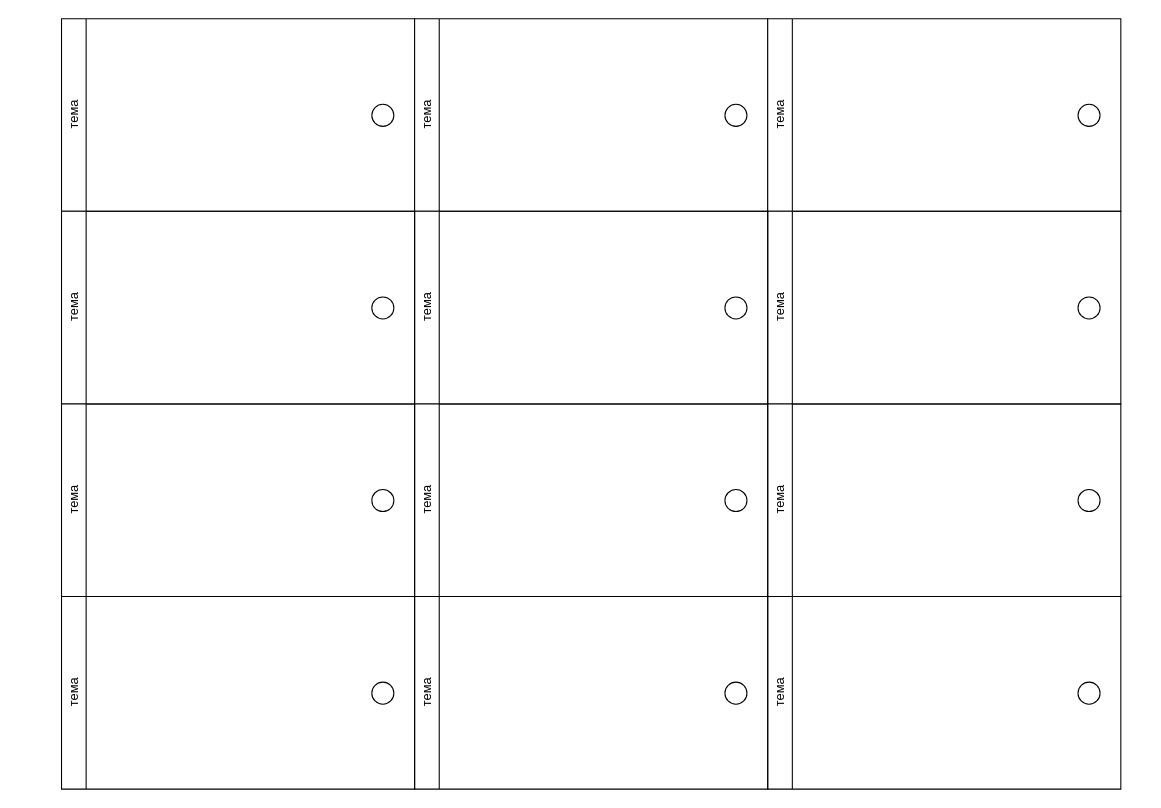
Earlier version of the draw.io diagram frontend/javascript/_cards/Шаблон.drawio (johnydotsville/a-notes). Source tidied: cells renumbered, new cells numbered last; positions are measured from the earlier drawing's top-left corner, leaving out a move shared by most shapes. Both pictures are drawn from the tidied source at 107%, with x=0, y=0 at pixel (61, 18).
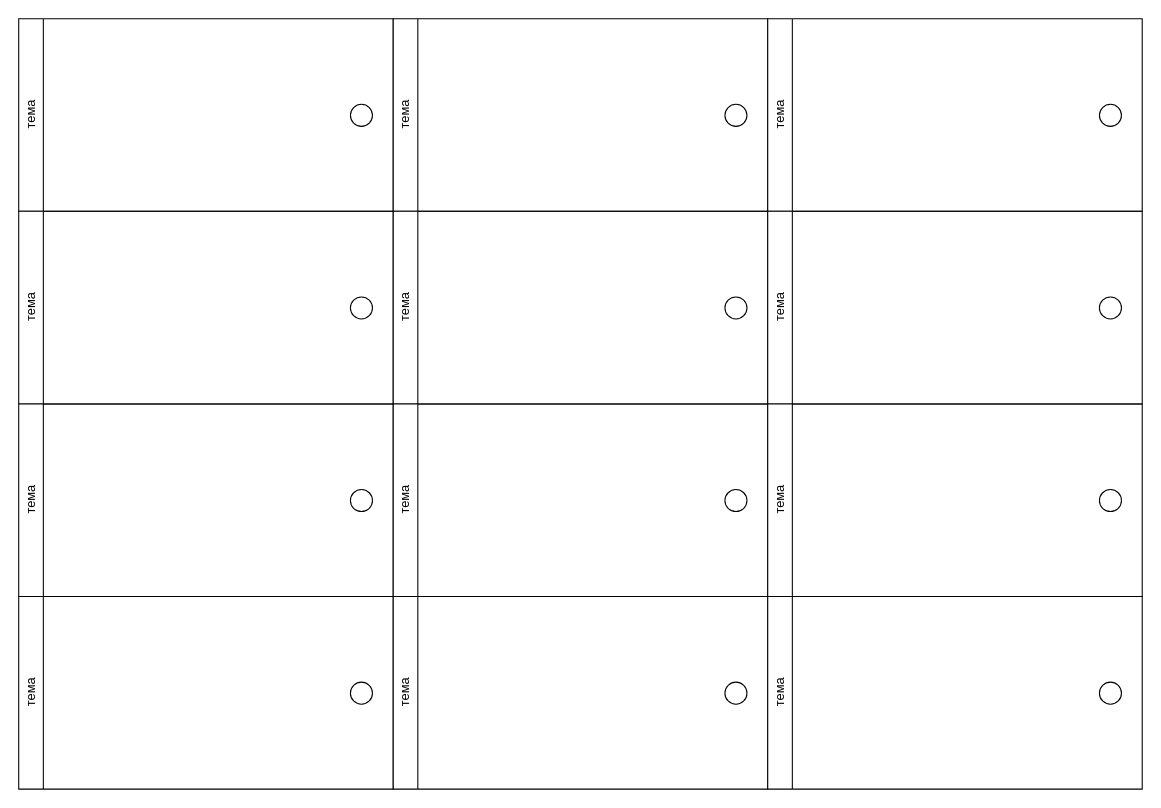
After the change.

Change to the diagram source:
```diff
@@
     <mxCell id="2" value="тема" style="swimlane;horizontal=0;whiteSpace=wrap;html=1;swimlaneLine=1;fontStyle=0;align=center;verticalAlign=middle;startSize=23;" parent="1" vertex="1">
-      <mxGeometry width="330" height="180" as="geometry" />
+      <mxGeometry x="-40" width="350" height="180" as="geometry" />
     </mxCell>
     <mxCell id="3" style="ellipse;whiteSpace=wrap;html=1;" parent="2" vertex="1">
-      <mxGeometry x="290" y="80" width="20.6" height="20.6" as="geometry" />
+      <mxGeometry x="310" y="80" width="20.6" height="20.6" as="geometry" />
     </mxCell>
     <mxCell id="4" value="тема" style="swimlane;horizontal=0;whiteSpace=wrap;html=1;swimlaneLine=1;fontStyle=0;align=center;verticalAlign=middle;" parent="1" vertex="1">
-      <mxGeometry x="330" width="330" height="180" as="geometry" />
+      <mxGeometry x="310" width="350" height="180" as="geometry" />
     </mxCell>
     <mxCell id="5" style="ellipse;whiteSpace=wrap;html=1;" parent="4" vertex="1">
-      <mxGeometry x="290" y="80" width="20.6" height="20.6" as="geometry" />
+      <mxGeometry x="310" y="80" width="20.6" height="20.6" as="geometry" />
     </mxCell>
     <mxCell id="6" value="тема" style="swimlane;horizontal=0;whiteSpace=wrap;html=1;swimlaneLine=1;fontStyle=0;align=center;verticalAlign=middle;" parent="1" vertex="1">
-      <mxGeometry x="660" width="330" height="180" as="geometry" />
+      <mxGeometry x="660" width="350" height="180" as="geometry" />
     </mxCell>
     <mxCell id="7" style="ellipse;whiteSpace=wrap;html=1;" parent="6" vertex="1">
-      <mxGeometry x="290" y="80" width="20.6" height="20.6" as="geometry" />
+      <mxGeometry x="310" y="80" width="20.6" height="20.6" as="geometry" />
     </mxCell>
-    <mxCell id="8" value="тема" style="swimlane;horizontal=0;whiteSpace=wrap;html=1;swimlaneLine=1;fontStyle=0;align=center;verticalAlign=middle;" parent="1" vertex="1">
-      <mxGeometry x="660" y="180" width="330" height="180" as="geometry" />
-    </mxCell>
-    <mxCell id="9" style="ellipse;whiteSpace=wrap;html=1;" parent="8" vertex="1">
-      <mxGeometry x="290" y="80" width="20.6" height="20.6" as="geometry" />
-    </mxCell>
-    <mxCell id="10" value="тема" style="swimlane;horizontal=0;whiteSpace=wrap;html=1;swimlaneLine=1;fontStyle=0;align=center;verticalAlign=middle;" parent="1" vertex="1">
-      <mxGeometry x="330" y="180" width="330" height="180" as="geometry" />
-    </mxCell>
-    <mxCell id="11" style="ellipse;whiteSpace=wrap;html=1;" parent="10" vertex="1">
-      <mxGeometry x="290" y="80" width="20.6" height="20.6" as="geometry" />
-    </mxCell>
-    <mxCell id="12" value="тема" style="swimlane;horizontal=0;whiteSpace=wrap;html=1;swimlaneLine=1;fontStyle=0;align=center;verticalAlign=middle;" parent="1" vertex="1">
-      <mxGeometry y="180" width="330" height="180" as="geometry" />
-    </mxCell>
-    <mxCell id="13" style="ellipse;whiteSpace=wrap;html=1;" parent="12" vertex="1">
-      <mxGeometry x="290" y="80" width="20.6" height="20.6" as="geometry" />
-    </mxCell>
-    <mxCell id="14" value="тема" style="swimlane;horizontal=0;whiteSpace=wrap;html=1;swimlaneLine=1;fontStyle=0;align=center;verticalAlign=middle;" parent="1" vertex="1">
-      <mxGeometry x="660" y="360" width="330" height="180" as="geometry" />
-    </mxCell>
-    <mxCell id="15" style="ellipse;whiteSpace=wrap;html=1;" parent="14" vertex="1">
-      <mxGeometry x="290" y="80" width="20.6" height="20.6" as="geometry" />
-    </mxCell>
-    <mxCell id="16" value="тема" style="swimlane;horizontal=0;whiteSpace=wrap;html=1;swimlaneLine=1;fontStyle=0;align=center;verticalAlign=middle;" parent="1" vertex="1">
-      <mxGeometry x="330" y="360" width="330" height="180" as="geometry" />
-    </mxCell>
-    <mxCell id="17" style="ellipse;whiteSpace=wrap;html=1;" parent="16" vertex="1">
-      <mxGeometry x="290" y="80" width="20.6" height="20.6" as="geometry" />
-    </mxCell>
-    <mxCell id="18" value="тема" style="swimlane;horizontal=0;whiteSpace=wrap;html=1;swimlaneLine=1;fontStyle=0;align=center;verticalAlign=middle;" parent="1" vertex="1">
-      <mxGeometry y="360" width="330" height="180" as="geometry" />
-    </mxCell>
-    <mxCell id="19" style="ellipse;whiteSpace=wrap;html=1;" parent="18" vertex="1">
-      <mxGeometry x="290" y="80" width="20.6" height="20.6" as="geometry" />
-    </mxCell>
-    <mxCell id="20" value="тема" style="swimlane;horizontal=0;whiteSpace=wrap;html=1;swimlaneLine=1;fontStyle=0;align=center;verticalAlign=middle;" parent="1" vertex="1">
-      <mxGeometry x="660" y="540" width="330" height="180" as="geometry" />
-    </mxCell>
-    <mxCell id="21" style="ellipse;whiteSpace=wrap;html=1;" parent="20" vertex="1">
-      <mxGeometry x="290" y="80" width="20.6" height="20.6" as="geometry" />
-    </mxCell>
-    <mxCell id="22" value="тема" style="swimlane;horizontal=0;whiteSpace=wrap;html=1;swimlaneLine=1;fontStyle=0;align=center;verticalAlign=middle;" parent="1" vertex="1">
-      <mxGeometry x="330" y="540" width="330" height="180" as="geometry" />
-    </mxCell>
-    <mxCell id="23" style="ellipse;whiteSpace=wrap;html=1;" parent="22" vertex="1">
-      <mxGeometry x="290" y="80" width="20.6" height="20.6" as="geometry" />
-    </mxCell>
-    <mxCell id="24" value="тема" style="swimlane;horizontal=0;whiteSpace=wrap;html=1;swimlaneLine=1;fontStyle=0;align=center;verticalAlign=middle;" parent="1" vertex="1">
-      <mxGeometry y="540" width="330" height="180" as="geometry" />
-    </mxCell>
-    <mxCell id="25" style="ellipse;whiteSpace=wrap;html=1;" parent="24" vertex="1">
-      <mxGeometry x="290" y="80" width="20.6" height="20.6" as="geometry" />
-    </mxCell>
+    <mxCell id="26" value="тема" style="swimlane;horizontal=0;whiteSpace=wrap;html=1;swimlaneLine=1;fontStyle=0;align=center;verticalAlign=middle;startSize=23;" parent="1" vertex="1">
+      <mxGeometry x="-40" y="180" width="350" height="180" as="geometry" />
+    </mxCell>
+    <mxCell id="27" style="ellipse;whiteSpace=wrap;html=1;" parent="26" vertex="1">
+      <mxGeometry x="310" y="80" width="20.6" height="20.6" as="geometry" />
+    </mxCell>
+    <mxCell id="28" value="тема" style="swimlane;horizontal=0;whiteSpace=wrap;html=1;swimlaneLine=1;fontStyle=0;align=center;verticalAlign=middle;" parent="1" vertex="1">
+      <mxGeometry x="310" y="180" width="350" height="180" as="geometry" />
+    </mxCell>
+    <mxCell id="29" style="ellipse;whiteSpace=wrap;html=1;" parent="28" vertex="1">
+      <mxGeometry x="310" y="80" width="20.6" height="20.6" as="geometry" />
+    </mxCell>
+    <mxCell id="30" value="тема" style="swimlane;horizontal=0;whiteSpace=wrap;html=1;swimlaneLine=1;fontStyle=0;align=center;verticalAlign=middle;" parent="1" vertex="1">
+      <mxGeometry x="660" y="180" width="350" height="180" as="geometry" />
+    </mxCell>
+    <mxCell id="31" style="ellipse;whiteSpace=wrap;html=1;" parent="30" vertex="1">
+      <mxGeometry x="310" y="80" width="20.6" height="20.6" as="geometry" />
+    </mxCell>
+    <mxCell id="32" value="тема" style="swimlane;horizontal=0;whiteSpace=wrap;html=1;swimlaneLine=1;fontStyle=0;align=center;verticalAlign=middle;startSize=23;" parent="1" vertex="1">
+      <mxGeometry x="-40" y="360" width="350" height="180" as="geometry" />
+    </mxCell>
+    <mxCell id="33" style="ellipse;whiteSpace=wrap;html=1;" parent="32" vertex="1">
+      <mxGeometry x="310" y="80" width="20.6" height="20.6" as="geometry" />
+    </mxCell>
+    <mxCell id="34" value="тема" style="swimlane;horizontal=0;whiteSpace=wrap;html=1;swimlaneLine=1;fontStyle=0;align=center;verticalAlign=middle;" parent="1" vertex="1">
+      <mxGeometry x="310" y="360" width="350" height="180" as="geometry" />
+    </mxCell>
+    <mxCell id="35" style="ellipse;whiteSpace=wrap;html=1;" parent="34" vertex="1">
+      <mxGeometry x="310" y="80" width="20.6" height="20.6" as="geometry" />
+    </mxCell>
+    <mxCell id="36" value="тема" style="swimlane;horizontal=0;whiteSpace=wrap;html=1;swimlaneLine=1;fontStyle=0;align=center;verticalAlign=middle;" parent="1" vertex="1">
+      <mxGeometry x="660" y="360" width="350" height="180" as="geometry" />
+    </mxCell>
+    <mxCell id="37" style="ellipse;whiteSpace=wrap;html=1;" parent="36" vertex="1">
+      <mxGeometry x="310" y="80" width="20.6" height="20.6" as="geometry" />
+    </mxCell>
+    <mxCell id="38" value="тема" style="swimlane;horizontal=0;whiteSpace=wrap;html=1;swimlaneLine=1;fontStyle=0;align=center;verticalAlign=middle;startSize=23;" parent="1" vertex="1">
+      <mxGeometry x="-40" y="540" width="350" height="180" as="geometry" />
+    </mxCell>
+    <mxCell id="39" style="ellipse;whiteSpace=wrap;html=1;" parent="38" vertex="1">
+      <mxGeometry x="310" y="80" width="20.6" height="20.6" as="geometry" />
+    </mxCell>
+    <mxCell id="40" value="тема" style="swimlane;horizontal=0;whiteSpace=wrap;html=1;swimlaneLine=1;fontStyle=0;align=center;verticalAlign=middle;" parent="1" vertex="1">
+      <mxGeometry x="310" y="540" width="350" height="180" as="geometry" />
+    </mxCell>
+    <mxCell id="41" style="ellipse;whiteSpace=wrap;html=1;" parent="40" vertex="1">
+      <mxGeometry x="310" y="80" width="20.6" height="20.6" as="geometry" />
+    </mxCell>
+    <mxCell id="42" value="тема" style="swimlane;horizontal=0;whiteSpace=wrap;html=1;swimlaneLine=1;fontStyle=0;align=center;verticalAlign=middle;" parent="1" vertex="1">
+      <mxGeometry x="660" y="540" width="350" height="180" as="geometry" />
+    </mxCell>
+    <mxCell id="43" style="ellipse;whiteSpace=wrap;html=1;" parent="42" vertex="1">
+      <mxGeometry x="310" y="80" width="20.6" height="20.6" as="geometry" />
+    </mxCell>
```
